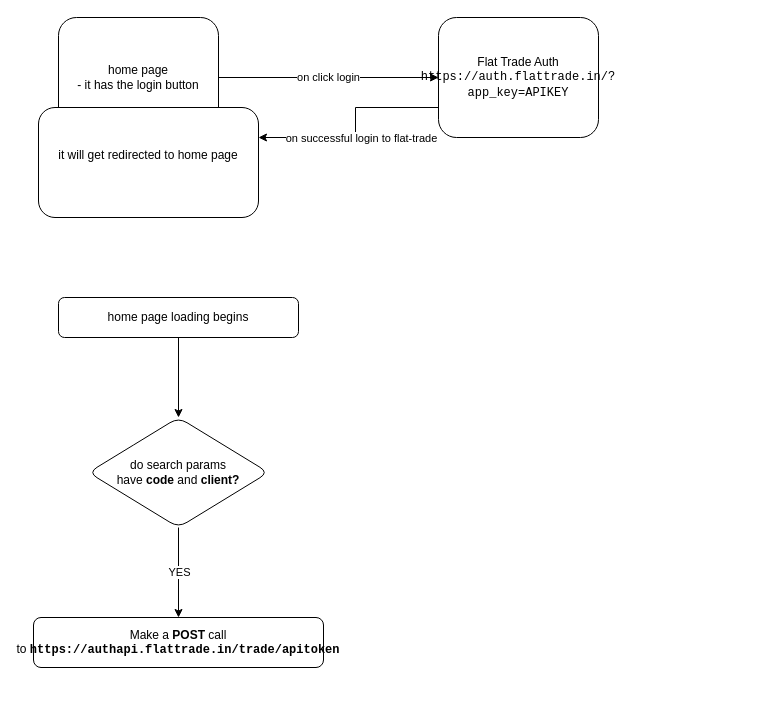
This is flat-trade-app.drawio from appsparkler/draw.io, a draw.io file, before an edit. Source tidied: cells renumbered, new cells numbered last; positions are measured from the earlier drawing's top-left corner, leaving out a move shared by most shapes. Both pictures are drawn from the tidied source at 100%, with x=0, y=0 at pixel (33, 17).
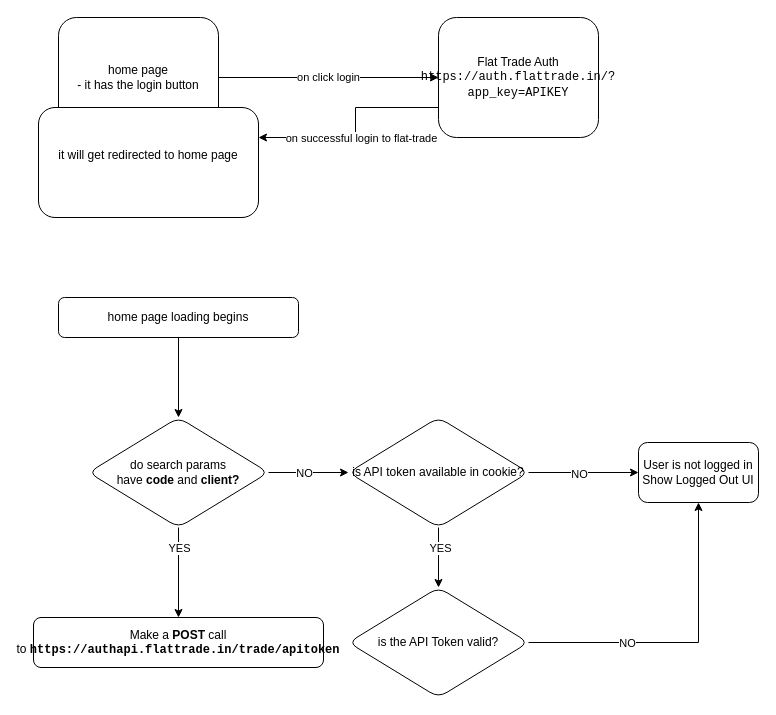
After the change.

The change refers to these unchanged cells:
```xml
<mxCell id="10" style="edgeStyle=orthogonalEdgeStyle;rounded=0;jettySize=auto;html=1;" parent="1" edge="1" source="12" target="13">
  <mxGeometry relative="1" as="geometry" />
</mxCell>
<mxCell id="12" value="do search params have&amp;nbsp;&lt;b&gt;code&lt;/b&gt;&amp;nbsp;and&amp;nbsp;&lt;b&gt;client?&lt;/b&gt;" style="rhombus;whiteSpace=wrap;html=1;shapeInside=1;rounded=1;" parent="1" vertex="1">
  <mxGeometry x="55" y="400" width="180" height="110" as="geometry" />
</mxCell>
```

What changed in the source:
```diff
@@
     <mxCell id="11" value="YES" style="edgeLabel;html=1;align=center;verticalAlign=middle;" parent="10" vertex="1">
       <mxGeometry x="-0.2" y="2" relative="1" as="geometry">
-        <mxPoint x="-2" y="8" as="offset" />
+        <mxPoint x="-2" y="-16" as="offset" />
       </mxGeometry>
     </mxCell>
+    <mxCell id="14" style="edgeStyle=orthogonalEdgeStyle;rounded=0;jettySize=auto;html=1;" parent="1" edge="1" source="12" target="20">
+      <mxGeometry relative="1" as="geometry" />
+    </mxCell>
+    <mxCell id="15" value="NO" style="edgeLabel;html=1;align=center;verticalAlign=middle;" parent="14" vertex="1">
+      <mxGeometry x="-0.12" relative="1" as="geometry" />
+    </mxCell>
@@
+    <mxCell id="16" style="edgeStyle=orthogonalEdgeStyle;rounded=0;jettySize=auto;html=1;" parent="1" edge="1" source="20" target="23">
+      <mxGeometry relative="1" as="geometry" />
+    </mxCell>
+    <mxCell id="17" value="YES" style="edgeLabel;html=1;align=center;verticalAlign=middle;" parent="16" vertex="1">
+      <mxGeometry x="-0.14" y="1" relative="1" as="geometry">
+        <mxPoint y="-6" as="offset" />
+      </mxGeometry>
+    </mxCell>
+    <mxCell id="18" style="edgeStyle=orthogonalEdgeStyle;rounded=0;jettySize=auto;html=1;" parent="1" edge="1" source="20" target="24">
+      <mxGeometry relative="1" as="geometry" />
+    </mxCell>
+    <mxCell id="19" value="NO" style="edgeLabel;html=1;align=center;verticalAlign=middle;" parent="18" vertex="1">
+      <mxGeometry x="-0.09" y="-4" relative="1" as="geometry">
+        <mxPoint y="-3" as="offset" />
+      </mxGeometry>
+    </mxCell>
+    <mxCell id="20" value="is API token available in cookie?" style="rhombus;whiteSpace=wrap;html=1;shapeInside=1;rounded=1;" parent="1" vertex="1">
+      <mxGeometry x="315" y="400" width="180" height="110" as="geometry" />
+    </mxCell>
+    <mxCell id="21" style="edgeStyle=orthogonalEdgeStyle;rounded=0;jettySize=auto;html=1;entryX=0.5;entryY=1;entryDx=0;entryDy=0;" parent="1" edge="1" source="23" target="24">
+      <mxGeometry relative="1" as="geometry" />
+    </mxCell>
+    <mxCell id="22" value="NO" style="edgeLabel;html=1;align=center;verticalAlign=middle;" parent="21" vertex="1">
+      <mxGeometry x="-0.37" y="-2" relative="1" as="geometry">
+        <mxPoint y="-2" as="offset" />
+      </mxGeometry>
+    </mxCell>
+    <mxCell id="23" value="is the API Token valid?" style="rhombus;whiteSpace=wrap;html=1;shapeInside=1;rounded=1;" parent="1" vertex="1">
+      <mxGeometry x="315" y="570" width="180" height="110" as="geometry" />
+    </mxCell>
+    <mxCell id="24" value="User is not logged in&lt;br&gt;Show Logged Out UI" style="whiteSpace=wrap;html=1;rounded=1;" parent="1" vertex="1">
+      <mxGeometry x="605" y="425" width="120" height="60" as="geometry" />
+    </mxCell>
```
